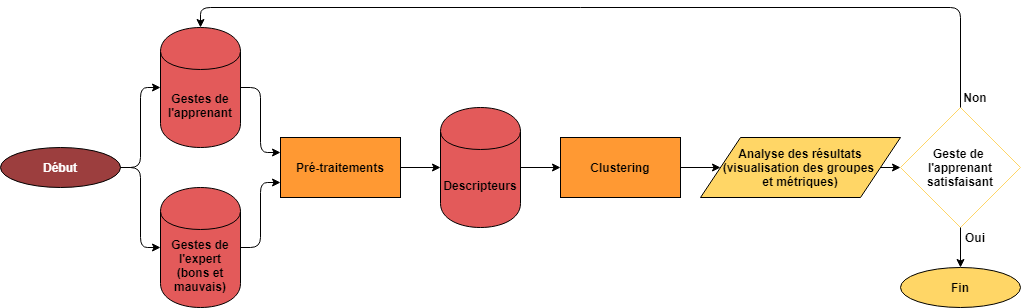
Before: img/workflow_MLA.png, a diagram exported from draw.io (Coul33t/diapos-soutenance). Source tidied: cells renumbered, new cells last; positions are measured from the earlier drawing's top-left corner, leaving out a move shared by most shapes.
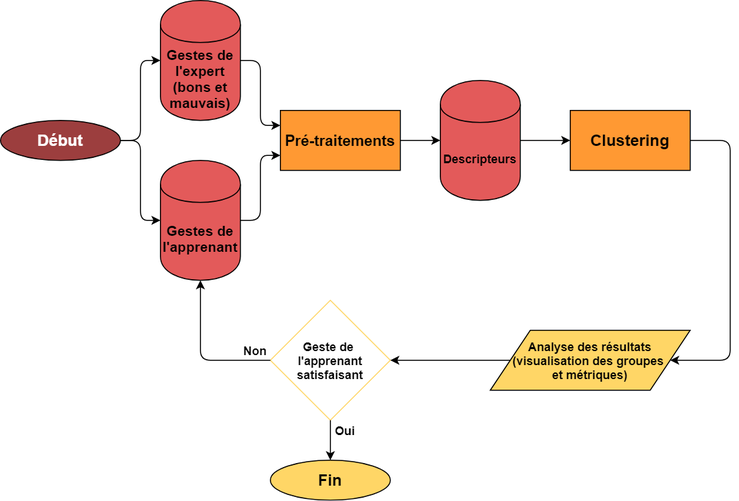
The same diagram one commit later.

Change to the diagram source:
```diff
@@ -3,79 +3,63 @@
     <mxCell id="0" />
     <mxCell id="1" parent="0" />
     <mxCell id="2" value="Geste de &lt;br&gt;l'apprenant satisfaisant" style="rhombus;whiteSpace=wrap;html=1;fillColor=none;strokeColor=#FFD666;fontStyle=1;" parent="1" vertex="1">
-      <mxGeometry x="900" y="100" width="120" height="120" as="geometry" />
+      <mxGeometry x="270" y="320" width="120" height="120" as="geometry" />
     </mxCell>
     <mxCell id="3" value="Analyse des résultats&lt;br style=&quot;font-size: 12px;&quot;&gt;(visualisation des groupes &lt;br style=&quot;font-size: 12px;&quot;&gt;et métriques)" style="shape=parallelogram;perimeter=parallelogramPerimeter;whiteSpace=wrap;html=1;fillColor=#FFD666;fontSize=12;fontStyle=1;" parent="1" vertex="1">
-      <mxGeometry x="700" y="130" width="200" height="60" as="geometry" />
+      <mxGeometry x="490" y="350" width="200" height="60" as="geometry" />
     </mxCell>
-    <mxCell id="4" style="endArrow=classic;html=1;entryX=0;entryY=0.5;entryDx=0;entryDy=0;exitX=1;exitY=0.5;exitDx=0;exitDy=0;" parent="1" edge="1" source="3" target="2">
-      <mxGeometry relative="1" as="geometry" />
-    </mxCell>
-    <mxCell id="5" value="Gestes de l'expert (bons et mauvais)" style="shape=cylinder;whiteSpace=wrap;html=1;boundedLbl=1;backgroundOutline=1;fillColor=#E35A5A;fontStyle=1;" parent="1" vertex="1">
-      <mxGeometry x="160" y="180" width="80" height="120" as="geometry" />
-    </mxCell>
-    <mxCell id="6" value="Pré-traitements" style="rounded=0;whiteSpace=wrap;html=1;fillColor=#FF9933;fontColor=#000000;fontStyle=1;" parent="1" vertex="1">
+    <mxCell id="6" value="Pré-traitements" style="rounded=0;whiteSpace=wrap;html=1;fillColor=#FF9933;fontColor=#000000;fontStyle=1;fontSize=15;" parent="1" vertex="1">
       <mxGeometry x="280" y="130" width="120" height="60" as="geometry" />
     </mxCell>
-    <mxCell id="7" value="Clustering" style="rounded=0;whiteSpace=wrap;html=1;fillColor=#FF9933;fontStyle=1;" parent="1" vertex="1">
-      <mxGeometry x="560" y="130" width="120" height="60" as="geometry" />
+    <mxCell id="7" value="Clustering" style="rounded=0;whiteSpace=wrap;html=1;fillColor=#FF9933;fontStyle=1;fontSize=16;" parent="1" vertex="1">
+      <mxGeometry x="570" y="130" width="120" height="60" as="geometry" />
     </mxCell>
-    <mxCell id="8" value="Gestes de l'apprenant" style="shape=cylinder;whiteSpace=wrap;html=1;boundedLbl=1;backgroundOutline=1;fillColor=#E35A5A;fontStyle=1;" parent="1" vertex="1">
-      <mxGeometry x="160" y="20" width="80" height="120" as="geometry" />
-    </mxCell>
-    <mxCell id="9" style="endArrow=classic;html=1;entryX=0;entryY=0.75;entryDx=0;entryDy=0;exitX=1;exitY=0.5;exitDx=0;exitDy=0;" parent="1" edge="1" source="5" target="6">
+    <mxCell id="9" style="endArrow=classic;html=1;entryX=0;entryY=0.75;entryDx=0;entryDy=0;exitX=1;exitY=0.5;exitDx=0;exitDy=0;" parent="1" edge="1" target="6">
       <mxGeometry relative="1" as="geometry">
+        <mxPoint x="240" y="240" as="sourcePoint" />
         <Array as="points">
           <mxPoint x="260" y="240" />
           <mxPoint x="260" y="175" />
         </Array>
       </mxGeometry>
     </mxCell>
-    <mxCell id="10" style="endArrow=classic;html=1;exitX=1;exitY=0.5;exitDx=0;exitDy=0;entryX=0;entryY=0.25;entryDx=0;entryDy=0;" parent="1" edge="1" source="8" target="6">
+    <mxCell id="10" style="endArrow=classic;html=1;exitX=1;exitY=0.5;exitDx=0;exitDy=0;entryX=0;entryY=0.25;entryDx=0;entryDy=0;" parent="1" edge="1" target="6">
       <mxGeometry relative="1" as="geometry">
+        <mxPoint x="240" y="80" as="sourcePoint" />
         <Array as="points">
           <mxPoint x="260" y="80" />
           <mxPoint x="260" y="145" />
         </Array>
       </mxGeometry>
     </mxCell>
-    <mxCell id="11" style="endArrow=classic;html=1;entryX=0;entryY=0.5;entryDx=0;entryDy=0;exitX=1;exitY=0.5;exitDx=0;exitDy=0;" parent="1" edge="1" source="7" target="3">
-      <mxGeometry relative="1" as="geometry" />
-    </mxCell>
-    <mxCell id="12" style="endArrow=classic;html=1;exitX=0.5;exitY=0;exitDx=0;exitDy=0;entryX=0.5;entryY=0;entryDx=0;entryDy=0;" parent="1" edge="1" source="2" target="8">
-      <mxGeometry relative="1" as="geometry">
-        <Array as="points">
-          <mxPoint x="960" />
-          <mxPoint x="200" />
-        </Array>
-      </mxGeometry>
-    </mxCell>
-    <mxCell id="13" value="Fin" style="ellipse;whiteSpace=wrap;html=1;fillColor=#FFD666;fontStyle=1;" parent="1" vertex="1">
-      <mxGeometry x="900" y="260" width="120" height="40" as="geometry" />
+    <mxCell id="13" value="Fin" style="ellipse;whiteSpace=wrap;html=1;fillColor=#FFD666;fontStyle=1;fontSize=16;" parent="1" vertex="1">
+      <mxGeometry x="270" y="480" width="120" height="40" as="geometry" />
     </mxCell>
     <mxCell id="14" style="endArrow=classic;html=1;entryX=0.5;entryY=0;entryDx=0;entryDy=0;exitX=0.5;exitY=1;exitDx=0;exitDy=0;" parent="1" edge="1" source="2" target="13">
       <mxGeometry relative="1" as="geometry" />
     </mxCell>
     <mxCell id="15" value="Non" style="text;html=1;strokeColor=none;fillColor=none;align=center;verticalAlign=middle;whiteSpace=wrap;rounded=0;fontStyle=1;" parent="1" vertex="1">
-      <mxGeometry x="960" y="80" width="30" height="20" as="geometry" />
+      <mxGeometry x="240" y="360" width="30" height="20" as="geometry" />
     </mxCell>
     <mxCell id="16" value="Oui" style="text;html=1;strokeColor=none;fillColor=none;align=center;verticalAlign=middle;whiteSpace=wrap;rounded=0;fontStyle=1;" parent="1" vertex="1">
-      <mxGeometry x="960" y="220" width="30" height="20" as="geometry" />
+      <mxGeometry x="330" y="440" width="30" height="20" as="geometry" />
     </mxCell>
-    <mxCell id="17" value="Début" style="ellipse;whiteSpace=wrap;html=1;fillColor=#9C3E3E;fontStyle=1;fontColor=#FFFFFF;" parent="1" vertex="1">
+    <mxCell id="17" value="Début" style="ellipse;whiteSpace=wrap;html=1;fillColor=#9C3E3E;fontStyle=1;fontColor=#FFFFFF;fontSize=16;" parent="1" vertex="1">
       <mxGeometry y="140" width="120" height="40" as="geometry" />
     </mxCell>
-    <mxCell id="18" style="endArrow=classic;html=1;fontSize=12;fontColor=#000000;entryX=0;entryY=0.5;entryDx=0;entryDy=0;exitX=1;exitY=0.5;exitDx=0;exitDy=0;" parent="1" edge="1" source="17" target="8">
+    <mxCell id="18" style="endArrow=classic;html=1;fontSize=12;fontColor=#000000;entryX=0;entryY=0.5;entryDx=0;entryDy=0;exitX=1;exitY=0.5;exitDx=0;exitDy=0;" parent="1" edge="1" source="17">
       <mxGeometry relative="1" as="geometry">
+        <mxPoint x="160" y="80" as="targetPoint" />
         <Array as="points">
           <mxPoint x="140" y="160" />
           <mxPoint x="140" y="80" />
         </Array>
       </mxGeometry>
     </mxCell>
-    <mxCell id="19" style="endArrow=classic;html=1;fontSize=12;fontColor=#000000;entryX=0;entryY=0.5;entryDx=0;entryDy=0;" parent="1" edge="1" target="5">
+    <mxCell id="19" style="endArrow=classic;html=1;fontSize=12;fontColor=#000000;entryX=0;entryY=0.5;entryDx=0;entryDy=0;" parent="1" edge="1">
       <mxGeometry relative="1" as="geometry">
         <mxPoint x="120" y="160" as="sourcePoint" />
+        <mxPoint x="160" y="240" as="targetPoint" />
         <Array as="points">
           <mxPoint x="140" y="160" />
           <mxPoint x="140" y="240" />
@@ -91,5 +75,29 @@
     <mxCell id="22" style="endArrow=classic;html=1;exitX=1;exitY=0.5;exitDx=0;exitDy=0;entryX=0;entryY=0.5;entryDx=0;entryDy=0;" parent="1" edge="1" source="20" target="7">
       <mxGeometry relative="1" as="geometry" />
     </mxCell>
+    <mxCell id="11" style="endArrow=classic;html=1;exitX=1;exitY=0.5;exitDx=0;exitDy=0;entryX=1;entryY=0.5;entryDx=0;entryDy=0;" parent="1" edge="1" source="7" target="3">
+      <mxGeometry relative="1" as="geometry">
+        <Array as="points">
+          <mxPoint x="730" y="160" />
+          <mxPoint x="730" y="380" />
+        </Array>
+      </mxGeometry>
+    </mxCell>
+    <mxCell id="4" style="endArrow=classic;html=1;entryX=1;entryY=0.5;entryDx=0;entryDy=0;exitX=0;exitY=0.5;exitDx=0;exitDy=0;" parent="1" edge="1" source="3" target="2">
+      <mxGeometry relative="1" as="geometry" />
+    </mxCell>
+    <mxCell id="5" value="Gestes de l'expert (bons et mauvais)" style="shape=cylinder;whiteSpace=wrap;html=1;boundedLbl=1;backgroundOutline=1;fillColor=#E35A5A;fontStyle=1;fontSize=14;" parent="1" vertex="1">
+      <mxGeometry x="160" y="20" width="80" height="120" as="geometry" />
+    </mxCell>
+    <mxCell id="8" value="Gestes de l'apprenant" style="shape=cylinder;whiteSpace=wrap;html=1;boundedLbl=1;backgroundOutline=1;fillColor=#E35A5A;fontStyle=1;fontSize=14;" parent="1" vertex="1">
+      <mxGeometry x="160" y="180" width="80" height="120" as="geometry" />
+    </mxCell>
+    <mxCell id="12" style="endArrow=classic;html=1;entryX=0.5;entryY=1;entryDx=0;entryDy=0;exitX=0;exitY=0.5;exitDx=0;exitDy=0;" parent="1" edge="1" source="2" target="8">
+      <mxGeometry relative="1" as="geometry">
+        <Array as="points">
+          <mxPoint x="200" y="380" />
+        </Array>
+      </mxGeometry>
+    </mxCell>
   </root>
 </mxGraphModel>
```
